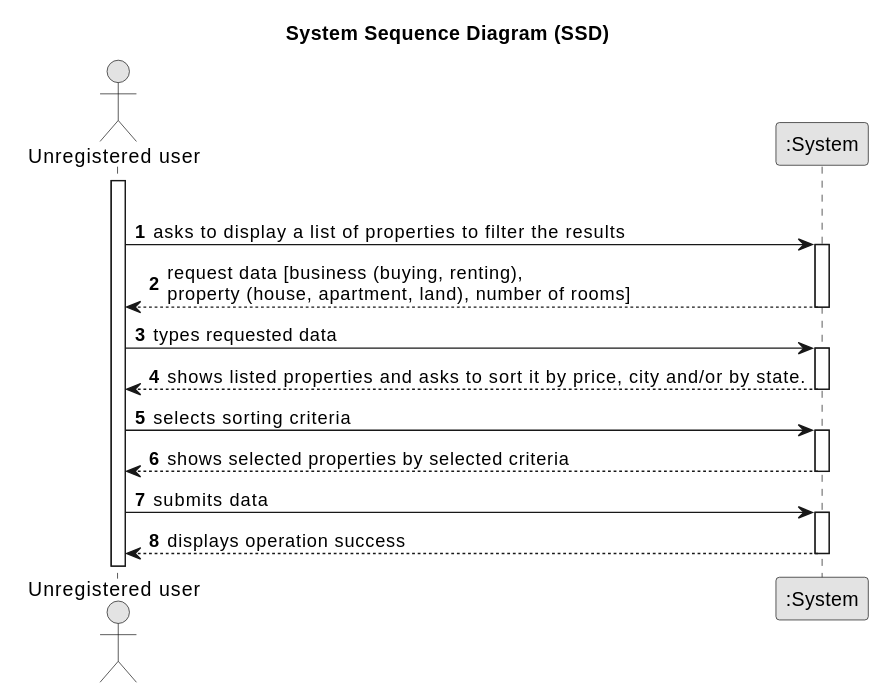
Before: docs/sprintB/US01/01.requirements-engineering/svg/us01-system-sequence-diagram-System_Sequence_Diagram__SSD_.svg, a diagram exported from PlantUML (PureNimble/ISEP-LAPR2).
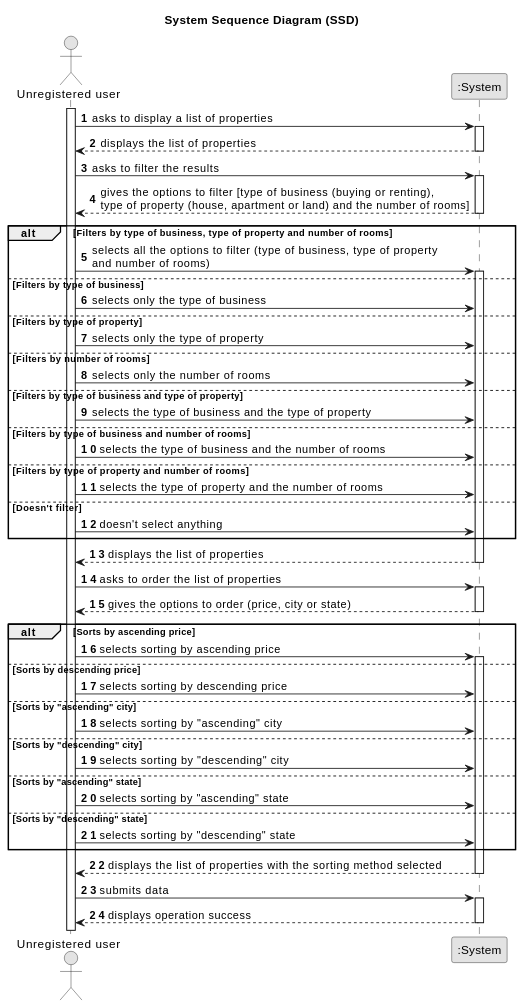
The same diagram one commit later.

What changed in the source:
```diff
@@ -10,26 +10,93 @@
 actor "Unregistered user" as User
 participant ":System" as System
 
-opt Optimal Case
 
 activate User
 
-    User -> System : asks to display a list of properties to filter the results
+    User -> System : asks to display a list of properties
     activate System
 
-    System --> User : request data [business (buying, renting), \nproperty (house, apartment, land), number of rooms]
+    System --> User : displays the list of properties
     deactivate System
 
-    User -> System : types requested data
+    User -> System : asks to filter the results
     activate System
 
-        System --> User : shows listed properties and asks to sort it by price, city and/or by state.
+    System --> User : gives the options to filter [type of business (buying or renting), \ntype of property (house, apartment or land) and the number of rooms]
     deactivate System
 
-    User -> System : selects sorting criteria
+    alt Filters by type of business, type of property and number of rooms
+
+        User -> System : selects all the options to filter (type of business, type of property \nand number of rooms)
+        activate System
+
+    else Filters by type of business
+
+        User -> System : selects only the type of business
+
+    else Filters by type of property
+
+        User -> System : selects only the type of property
+
+    else Filters by number of rooms
+
+        User -> System : selects only the number of rooms
+
+    else Filters by type of business and type of property
+
+        User -> System : selects the type of business and the type of property
+
+    else Filters by type of business and number of rooms
+
+        User -> System : selects the type of business and the number of rooms
+
+    else Filters by type of property and number of rooms
+
+        User -> System : selects the type of property and the number of rooms
+
+    else Doesn't filter
+
+        User -> System : doesn't select anything
+
+    end
+
+    System --> User : displays the list of properties
+    deactivate System
+
+    User -> System : asks to order the list of properties
     activate System
 
-    System --> User : shows selected properties by selected criteria
+    System --> User : gives the options to order (price, city or state)
+    deactivate System
+
+    alt Sorts by ascending price
+
+        User -> System : selects sorting by ascending price
+        activate System
+
+    else Sorts by descending price
+
+        User -> System : selects sorting by descending price
+
+    else Sorts by "ascending" city
+
+        User -> System : selects sorting by "ascending" city
+
+    else Sorts by "descending" city
+
+        User -> System : selects sorting by "descending" city
+
+    else Sorts by "ascending" state
+
+        User -> System : selects sorting by "ascending" state
+
+    else Sorts by "descending" state
+
+        User -> System : selects sorting by "descending" state
+
+    end
+
+    System --> User : displays the list of properties with the sorting method selected
     deactivate System
 
     User -> System : submits data
```
